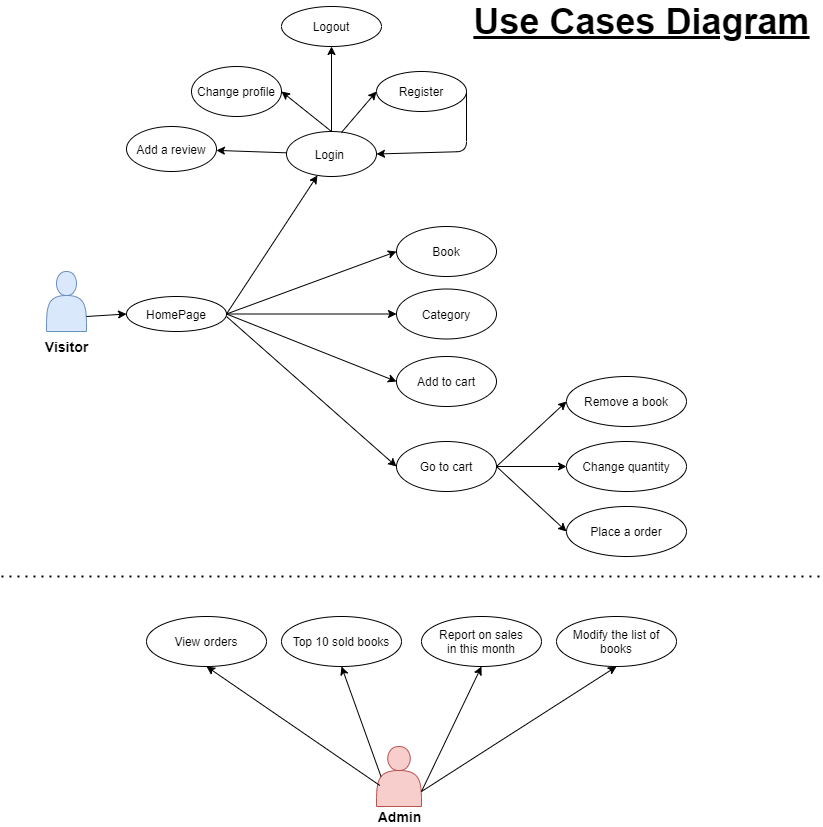
Before: Design/UseCases.png, a diagram exported from draw.io (PocketfulvAir/EECS4413-Angular-Bookstore). Source tidied: cells renumbered, new cells last; positions are measured from the earlier drawing's top-left corner, leaving out a move shared by most shapes. Its diagram source:
```xml
<mxGraphModel>
  <root>
    <mxCell id="0" />
    <mxCell id="1" parent="0" />
    <mxCell id="2" value="HomePage" style="ellipse;whiteSpace=wrap;html=1;" parent="1" vertex="1">
      <mxGeometry x="125" y="290" width="100" height="35" as="geometry" />
    </mxCell>
    <mxCell id="3" style="shape=actor;whiteSpace=wrap;html=1;fillColor=#dae8fc;strokeColor=#6c8ebf;" parent="1" vertex="1">
      <mxGeometry x="45" y="265" width="40" height="60" as="geometry" />
    </mxCell>
    <mxCell id="4" value="&lt;b&gt;&lt;font style=&quot;font-size: 14px&quot;&gt;Visitor&lt;/font&gt;&lt;/b&gt;" style="text;html=1;align=center;verticalAlign=middle;" parent="1" vertex="1">
      <mxGeometry x="35" y="330" width="60" height="20" as="geometry" />
    </mxCell>
    <mxCell id="5" style="endArrow=classic;html=1;exitX=1;exitY=0.75;exitDx=0;exitDy=0;entryX=0;entryY=0.5;entryDx=0;entryDy=0;" parent="1" edge="1" source="3" target="2">
      <mxGeometry relative="1" as="geometry" />
    </mxCell>
    <mxCell id="6" value="Login&amp;nbsp;" style="ellipse;whiteSpace=wrap;html=1;" parent="1" vertex="1">
      <mxGeometry x="285" y="125" width="90" height="45" as="geometry" />
    </mxCell>
    <mxCell id="7" style="endArrow=classic;html=1;exitX=1;exitY=0.5;exitDx=0;exitDy=0;" parent="1" edge="1" source="2" target="6">
      <mxGeometry relative="1" as="geometry" />
    </mxCell>
    <mxCell id="8" style="endArrow=classic;html=1;entryX=0;entryY=0.5;entryDx=0;entryDy=0;exitX=0.611;exitY=0.02;exitDx=0;exitDy=0;exitPerimeter=0;" parent="1" edge="1" source="6" target="9">
      <mxGeometry relative="1" as="geometry" />
    </mxCell>
    <mxCell id="9" value="Register" style="ellipse;whiteSpace=wrap;html=1;" parent="1" vertex="1">
      <mxGeometry x="375" y="65" width="90" height="40" as="geometry" />
    </mxCell>
    <mxCell id="10" style="endArrow=classic;html=1;exitX=1;exitY=0.5;exitDx=0;exitDy=0;entryX=1;entryY=0.5;entryDx=0;entryDy=0;" parent="1" edge="1" source="9" target="6">
      <mxGeometry relative="1" as="geometry">
        <Array as="points">
          <mxPoint x="465" y="145" />
        </Array>
      </mxGeometry>
    </mxCell>
    <mxCell id="11" style="endArrow=classic;html=1;exitX=0.5;exitY=0;exitDx=0;exitDy=0;entryX=1;entryY=0.5;entryDx=0;entryDy=0;" parent="1" edge="1" source="6" target="12">
      <mxGeometry relative="1" as="geometry" />
    </mxCell>
    <mxCell id="12" value="Change profile" style="ellipse;whiteSpace=wrap;html=1;" parent="1" vertex="1">
      <mxGeometry x="190" y="60" width="90" height="50" as="geometry" />
    </mxCell>
    <mxCell id="13" style="endArrow=classic;html=1;" parent="1" edge="1" source="6" target="14">
      <mxGeometry relative="1" as="geometry" />
    </mxCell>
    <mxCell id="14" value="Add a review" style="ellipse;whiteSpace=wrap;html=1;" parent="1" vertex="1">
      <mxGeometry x="125" y="120" width="90" height="45" as="geometry" />
    </mxCell>
    <mxCell id="15" style="endArrow=classic;html=1;exitX=1;exitY=0.5;exitDx=0;exitDy=0;entryX=0;entryY=0.5;entryDx=0;entryDy=0;" parent="1" edge="1" source="2" target="16">
      <mxGeometry relative="1" as="geometry" />
    </mxCell>
    <mxCell id="16" value="Book" style="ellipse;whiteSpace=wrap;html=1;" parent="1" vertex="1">
      <mxGeometry x="395" y="220" width="100" height="50" as="geometry" />
    </mxCell>
    <mxCell id="17" value="Category" style="ellipse;whiteSpace=wrap;html=1;" parent="1" vertex="1">
      <mxGeometry x="395" y="282.5" width="100" height="50" as="geometry" />
    </mxCell>
    <mxCell id="18" style="endArrow=classic;html=1;exitX=1;exitY=0.5;exitDx=0;exitDy=0;" parent="1" edge="1" source="2" target="17">
      <mxGeometry relative="1" as="geometry" />
    </mxCell>
    <mxCell id="19" value="Add to cart" style="ellipse;whiteSpace=wrap;html=1;" parent="1" vertex="1">
      <mxGeometry x="395" y="350" width="100" height="50" as="geometry" />
    </mxCell>
    <mxCell id="20" value="Go to cart" style="ellipse;whiteSpace=wrap;html=1;" parent="1" vertex="1">
      <mxGeometry x="395" y="435" width="100" height="50" as="geometry" />
    </mxCell>
    <mxCell id="21" style="endArrow=classic;html=1;exitX=1;exitY=0.5;exitDx=0;exitDy=0;entryX=0;entryY=0.5;entryDx=0;entryDy=0;" parent="1" edge="1" source="2" target="19">
      <mxGeometry relative="1" as="geometry" />
    </mxCell>
    <mxCell id="22" style="endArrow=classic;html=1;entryX=0;entryY=0.5;entryDx=0;entryDy=0;" parent="1" edge="1" target="20">
      <mxGeometry relative="1" as="geometry">
        <mxPoint x="225" y="310" as="sourcePoint" />
      </mxGeometry>
    </mxCell>
    <mxCell id="23" value="Remove a book" style="ellipse;whiteSpace=wrap;html=1;" parent="1" vertex="1">
      <mxGeometry x="565" y="370" width="120" height="50" as="geometry" />
    </mxCell>
    <mxCell id="24" value="Change quantity" style="ellipse;whiteSpace=wrap;html=1;" parent="1" vertex="1">
      <mxGeometry x="565" y="435" width="120" height="50" as="geometry" />
    </mxCell>
    <mxCell id="25" value="Place a order" style="ellipse;whiteSpace=wrap;html=1;" parent="1" vertex="1">
      <mxGeometry x="565" y="500" width="120" height="50" as="geometry" />
    </mxCell>
    <mxCell id="26" style="endArrow=classic;html=1;exitX=1;exitY=0.5;exitDx=0;exitDy=0;entryX=0;entryY=0.5;entryDx=0;entryDy=0;" parent="1" edge="1" source="20" target="23">
      <mxGeometry relative="1" as="geometry" />
    </mxCell>
    <mxCell id="27" style="endArrow=classic;html=1;entryX=0;entryY=0.5;entryDx=0;entryDy=0;exitX=1;exitY=0.5;exitDx=0;exitDy=0;" parent="1" edge="1" source="20" target="24">
      <mxGeometry relative="1" as="geometry" />
    </mxCell>
    <mxCell id="28" style="endArrow=classic;html=1;exitX=1;exitY=0.5;exitDx=0;exitDy=0;entryX=0;entryY=0.5;entryDx=0;entryDy=0;" parent="1" edge="1" source="20" target="25">
      <mxGeometry relative="1" as="geometry" />
    </mxCell>
    <mxCell id="29" style="endArrow=classic;html=1;exitX=0.5;exitY=0;exitDx=0;exitDy=0;" parent="1" edge="1" source="6" target="30">
      <mxGeometry relative="1" as="geometry" />
    </mxCell>
    <mxCell id="30" value="Logout" style="ellipse;whiteSpace=wrap;html=1;" parent="1" vertex="1">
      <mxGeometry x="280" width="100" height="40" as="geometry" />
    </mxCell>
    <mxCell id="31" style="shape=actor;whiteSpace=wrap;html=1;fillColor=#f8cecc;strokeColor=#b85450;" parent="1" vertex="1">
      <mxGeometry x="375" y="740" width="45" height="60" as="geometry" />
    </mxCell>
    <mxCell id="32" value="&lt;b&gt;&lt;font style=&quot;font-size: 14px&quot;&gt;Admin&lt;/font&gt;&lt;/b&gt;" style="text;html=1;align=center;verticalAlign=middle;" parent="1" vertex="1">
      <mxGeometry x="367.5" y="800" width="60" height="20" as="geometry" />
    </mxCell>
    <mxCell id="33" style="endArrow=none;dashed=1;html=1;dashPattern=1 3;strokeWidth=2;" parent="1" edge="1">
      <mxGeometry relative="1" as="geometry">
        <mxPoint y="570" as="sourcePoint" />
        <mxPoint x="820" y="570" as="targetPoint" />
      </mxGeometry>
    </mxCell>
    <mxCell id="34" value="Top 10 sold books" style="ellipse;whiteSpace=wrap;html=1;" parent="1" vertex="1">
      <mxGeometry x="280" y="610" width="120" height="50" as="geometry" />
    </mxCell>
    <mxCell id="35" value="Report on sales&lt;br&gt;in this month" style="ellipse;whiteSpace=wrap;html=1;" parent="1" vertex="1">
      <mxGeometry x="420" y="610" width="120" height="50" as="geometry" />
    </mxCell>
    <mxCell id="36" value="Modify the list of books" style="ellipse;whiteSpace=wrap;html=1;" parent="1" vertex="1">
      <mxGeometry x="555" y="610" width="120" height="50" as="geometry" />
    </mxCell>
    <mxCell id="37" value="View orders" style="ellipse;whiteSpace=wrap;html=1;" parent="1" vertex="1">
      <mxGeometry x="145" y="610" width="120" height="50" as="geometry" />
    </mxCell>
    <mxCell id="38" style="endArrow=classic;html=1;entryX=0.5;entryY=1;entryDx=0;entryDy=0;exitX=0.075;exitY=0.65;exitDx=0;exitDy=0;exitPerimeter=0;" parent="1" edge="1" source="31" target="37">
      <mxGeometry relative="1" as="geometry" />
    </mxCell>
    <mxCell id="39" style="endArrow=classic;html=1;entryX=0.5;entryY=1;entryDx=0;entryDy=0;exitX=0.1;exitY=0.5;exitDx=0;exitDy=0;exitPerimeter=0;" parent="1" edge="1" source="31" target="34">
      <mxGeometry relative="1" as="geometry" />
    </mxCell>
    <mxCell id="40" style="endArrow=classic;html=1;entryX=0.5;entryY=1;entryDx=0;entryDy=0;exitX=1;exitY=0.75;exitDx=0;exitDy=0;" parent="1" edge="1" source="31" target="35">
      <mxGeometry relative="1" as="geometry" />
    </mxCell>
    <mxCell id="41" style="endArrow=classic;html=1;entryX=0.5;entryY=1;entryDx=0;entryDy=0;exitX=1;exitY=0.75;exitDx=0;exitDy=0;" parent="1" edge="1" source="31" target="36">
      <mxGeometry relative="1" as="geometry" />
    </mxCell>
    <mxCell id="42" value="&lt;b&gt;&lt;u&gt;&lt;font style=&quot;font-size: 36px&quot;&gt;Use Cases Diagram&lt;/font&gt;&lt;/u&gt;&lt;/b&gt;" style="text;html=1;align=center;verticalAlign=middle;fontSize=28;" parent="1" vertex="1">
      <mxGeometry x="465" width="350" height="30" as="geometry" />
    </mxCell>
  </root>
</mxGraphModel>
```
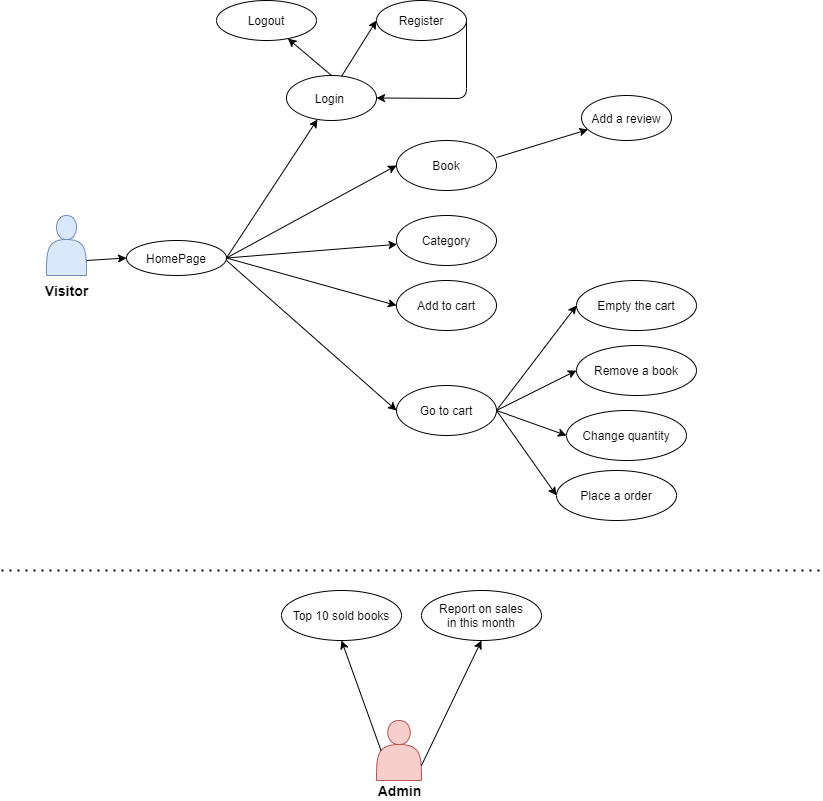
Later version of the same file.

The edit, as a diff of the source:
```diff
@@ -24,41 +24,35 @@
       <mxGeometry relative="1" as="geometry" />
     </mxCell>
     <mxCell id="9" value="Register" style="ellipse;whiteSpace=wrap;html=1;" parent="1" vertex="1">
-      <mxGeometry x="375" y="65" width="90" height="40" as="geometry" />
+      <mxGeometry x="375" y="50" width="90" height="40" as="geometry" />
     </mxCell>
     <mxCell id="10" style="endArrow=classic;html=1;exitX=1;exitY=0.5;exitDx=0;exitDy=0;entryX=1;entryY=0.5;entryDx=0;entryDy=0;" parent="1" edge="1" source="9" target="6">
       <mxGeometry relative="1" as="geometry">
         <Array as="points">
-          <mxPoint x="465" y="145" />
+          <mxPoint x="465" y="148" />
         </Array>
       </mxGeometry>
     </mxCell>
-    <mxCell id="11" style="endArrow=classic;html=1;exitX=0.5;exitY=0;exitDx=0;exitDy=0;entryX=1;entryY=0.5;entryDx=0;entryDy=0;" parent="1" edge="1" source="6" target="12">
-      <mxGeometry relative="1" as="geometry" />
-    </mxCell>
-    <mxCell id="12" value="Change profile" style="ellipse;whiteSpace=wrap;html=1;" parent="1" vertex="1">
-      <mxGeometry x="190" y="60" width="90" height="50" as="geometry" />
-    </mxCell>
-    <mxCell id="13" style="endArrow=classic;html=1;" parent="1" edge="1" source="6" target="14">
+    <mxCell id="13" style="endArrow=classic;html=1;exitX=1;exitY=0.34;exitDx=0;exitDy=0;exitPerimeter=0;" parent="1" edge="1" source="16" target="14">
       <mxGeometry relative="1" as="geometry" />
     </mxCell>
     <mxCell id="14" value="Add a review" style="ellipse;whiteSpace=wrap;html=1;" parent="1" vertex="1">
-      <mxGeometry x="125" y="120" width="90" height="45" as="geometry" />
+      <mxGeometry x="580" y="145" width="90" height="45" as="geometry" />
     </mxCell>
     <mxCell id="15" style="endArrow=classic;html=1;exitX=1;exitY=0.5;exitDx=0;exitDy=0;entryX=0;entryY=0.5;entryDx=0;entryDy=0;" parent="1" edge="1" source="2" target="16">
       <mxGeometry relative="1" as="geometry" />
     </mxCell>
     <mxCell id="16" value="Book" style="ellipse;whiteSpace=wrap;html=1;" parent="1" vertex="1">
-      <mxGeometry x="395" y="220" width="100" height="50" as="geometry" />
+      <mxGeometry x="395" y="190" width="100" height="50" as="geometry" />
     </mxCell>
     <mxCell id="17" value="Category" style="ellipse;whiteSpace=wrap;html=1;" parent="1" vertex="1">
-      <mxGeometry x="395" y="282.5" width="100" height="50" as="geometry" />
+      <mxGeometry x="395" y="265" width="100" height="50" as="geometry" />
     </mxCell>
     <mxCell id="18" style="endArrow=classic;html=1;exitX=1;exitY=0.5;exitDx=0;exitDy=0;" parent="1" edge="1" source="2" target="17">
       <mxGeometry relative="1" as="geometry" />
     </mxCell>
     <mxCell id="19" value="Add to cart" style="ellipse;whiteSpace=wrap;html=1;" parent="1" vertex="1">
-      <mxGeometry x="395" y="350" width="100" height="50" as="geometry" />
+      <mxGeometry x="395" y="330" width="100" height="50" as="geometry" />
     </mxCell>
     <mxCell id="20" value="Go to cart" style="ellipse;whiteSpace=wrap;html=1;" parent="1" vertex="1">
       <mxGeometry x="395" y="435" width="100" height="50" as="geometry" />
@@ -72,13 +66,13 @@
       </mxGeometry>
     </mxCell>
     <mxCell id="23" value="Remove a book" style="ellipse;whiteSpace=wrap;html=1;" parent="1" vertex="1">
-      <mxGeometry x="565" y="370" width="120" height="50" as="geometry" />
+      <mxGeometry x="575" y="395" width="120" height="50" as="geometry" />
     </mxCell>
     <mxCell id="24" value="Change quantity" style="ellipse;whiteSpace=wrap;html=1;" parent="1" vertex="1">
-      <mxGeometry x="565" y="435" width="120" height="50" as="geometry" />
+      <mxGeometry x="565" y="460" width="120" height="50" as="geometry" />
     </mxCell>
     <mxCell id="25" value="Place a order" style="ellipse;whiteSpace=wrap;html=1;" parent="1" vertex="1">
-      <mxGeometry x="565" y="500" width="120" height="50" as="geometry" />
+      <mxGeometry x="555" y="520" width="120" height="50" as="geometry" />
     </mxCell>
     <mxCell id="26" style="endArrow=classic;html=1;exitX=1;exitY=0.5;exitDx=0;exitDy=0;entryX=0;entryY=0.5;entryDx=0;entryDy=0;" parent="1" edge="1" source="20" target="23">
       <mxGeometry relative="1" as="geometry" />
@@ -93,46 +87,37 @@
       <mxGeometry relative="1" as="geometry" />
     </mxCell>
     <mxCell id="30" value="Logout" style="ellipse;whiteSpace=wrap;html=1;" parent="1" vertex="1">
-      <mxGeometry x="280" width="100" height="40" as="geometry" />
+      <mxGeometry x="215" y="50" width="100" height="40" as="geometry" />
     </mxCell>
     <mxCell id="31" style="shape=actor;whiteSpace=wrap;html=1;fillColor=#f8cecc;strokeColor=#b85450;" parent="1" vertex="1">
-      <mxGeometry x="375" y="740" width="45" height="60" as="geometry" />
+      <mxGeometry x="375" y="770" width="45" height="60" as="geometry" />
     </mxCell>
     <mxCell id="32" value="&lt;b&gt;&lt;font style=&quot;font-size: 14px&quot;&gt;Admin&lt;/font&gt;&lt;/b&gt;" style="text;html=1;align=center;verticalAlign=middle;" parent="1" vertex="1">
-      <mxGeometry x="367.5" y="800" width="60" height="20" as="geometry" />
+      <mxGeometry x="367.5" y="830" width="60" height="20" as="geometry" />
     </mxCell>
     <mxCell id="33" style="endArrow=none;dashed=1;html=1;dashPattern=1 3;strokeWidth=2;" parent="1" edge="1">
       <mxGeometry relative="1" as="geometry">
-        <mxPoint y="570" as="sourcePoint" />
-        <mxPoint x="820" y="570" as="targetPoint" />
+        <mxPoint y="620" as="sourcePoint" />
+        <mxPoint x="820" y="620" as="targetPoint" />
       </mxGeometry>
     </mxCell>
     <mxCell id="34" value="Top 10 sold books" style="ellipse;whiteSpace=wrap;html=1;" parent="1" vertex="1">
-      <mxGeometry x="280" y="610" width="120" height="50" as="geometry" />
+      <mxGeometry x="280" y="640" width="120" height="50" as="geometry" />
     </mxCell>
     <mxCell id="35" value="Report on sales&lt;br&gt;in this month" style="ellipse;whiteSpace=wrap;html=1;" parent="1" vertex="1">
-      <mxGeometry x="420" y="610" width="120" height="50" as="geometry" />
+      <mxGeometry x="420" y="640" width="120" height="50" as="geometry" />
     </mxCell>
-    <mxCell id="36" value="Modify the list of books" style="ellipse;whiteSpace=wrap;html=1;" parent="1" vertex="1">
-      <mxGeometry x="555" y="610" width="120" height="50" as="geometry" />
-    </mxCell>
-    <mxCell id="37" value="View orders" style="ellipse;whiteSpace=wrap;html=1;" parent="1" vertex="1">
-      <mxGeometry x="145" y="610" width="120" height="50" as="geometry" />
-    </mxCell>
-    <mxCell id="38" style="endArrow=classic;html=1;entryX=0.5;entryY=1;entryDx=0;entryDy=0;exitX=0.075;exitY=0.65;exitDx=0;exitDy=0;exitPerimeter=0;" parent="1" edge="1" source="31" target="37">
-      <mxGeometry relative="1" as="geometry" />
-    </mxCell>
     <mxCell id="39" style="endArrow=classic;html=1;entryX=0.5;entryY=1;entryDx=0;entryDy=0;exitX=0.1;exitY=0.5;exitDx=0;exitDy=0;exitPerimeter=0;" parent="1" edge="1" source="31" target="34">
       <mxGeometry relative="1" as="geometry" />
     </mxCell>
     <mxCell id="40" style="endArrow=classic;html=1;entryX=0.5;entryY=1;entryDx=0;entryDy=0;exitX=1;exitY=0.75;exitDx=0;exitDy=0;" parent="1" edge="1" source="31" target="35">
       <mxGeometry relative="1" as="geometry" />
     </mxCell>
-    <mxCell id="41" style="endArrow=classic;html=1;entryX=0.5;entryY=1;entryDx=0;entryDy=0;exitX=1;exitY=0.75;exitDx=0;exitDy=0;" parent="1" edge="1" source="31" target="36">
-      <mxGeometry relative="1" as="geometry" />
-    </mxCell>
-    <mxCell id="42" value="&lt;b&gt;&lt;u&gt;&lt;font style=&quot;font-size: 36px&quot;&gt;Use Cases Diagram&lt;/font&gt;&lt;/u&gt;&lt;/b&gt;" style="text;html=1;align=center;verticalAlign=middle;fontSize=28;" parent="1" vertex="1">
-      <mxGeometry x="465" width="350" height="30" as="geometry" />
-    </mxCell>
+    <mxCell id="43" style="endArrow=classic;html=1;exitX=1;exitY=0.5;exitDx=0;exitDy=0;entryX=0;entryY=0.5;entryDx=0;entryDy=0;" parent="1" edge="1" source="20" target="44">
+      <mxGeometry relative="1" as="geometry" />
+    </mxCell>
+    <mxCell id="44" value="Empty the cart" style="ellipse;whiteSpace=wrap;html=1;" parent="1" vertex="1">
+      <mxGeometry x="575" y="330" width="120" height="50" as="geometry" />
+    </mxCell>
   </root>
 </mxGraphModel>
```
